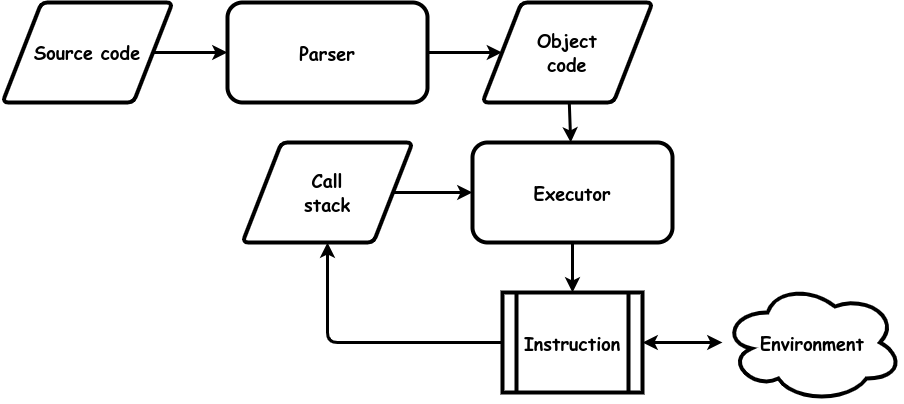
The draw.io diagram images/interpreter.drawio.png in garfix/architectural-patterns, before a commit. Source tidied: cells renumbered, new cells last; positions are measured from the earlier drawing's top-left corner, leaving out a move shared by most shapes.
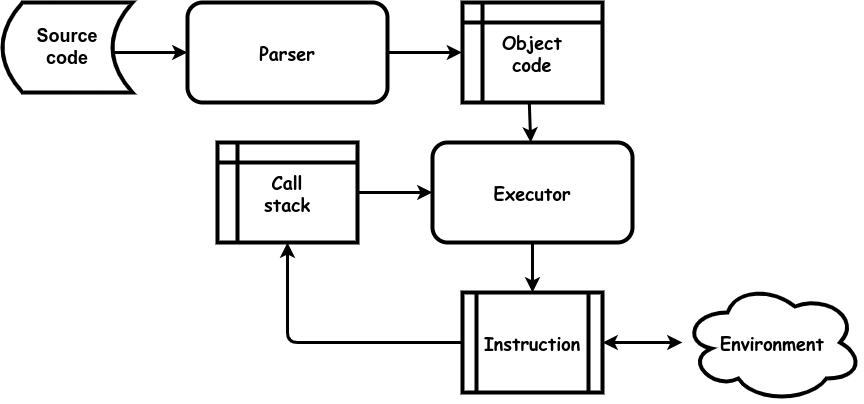
After the commit.

The edit, as a diff of the source:
```diff
@@ -2,26 +2,25 @@
   <root>
     <mxCell id="0" />
     <mxCell id="1" parent="0" />
-    <mxCell id="2" value="&lt;font face=&quot;Comic Sans MS&quot; style=&quot;font-size: 18px;&quot;&gt;Call&lt;br&gt;stack&lt;br&gt;&lt;/font&gt;" style="shape=parallelogram;html=1;strokeWidth=4;perimeter=parallelogramPerimeter;whiteSpace=wrap;rounded=1;arcSize=12;size=0.23;fontStyle=1;fontSize=18;" parent="1" vertex="1">
-      <mxGeometry x="240" y="140" width="170" height="100" as="geometry" />
-    </mxCell>
     <mxCell id="3" value="&lt;b style=&quot;font-size: 18px;&quot;&gt;Executor&lt;br&gt;&lt;/b&gt;" style="rounded=1;whiteSpace=wrap;html=1;strokeWidth=4;fontFamily=Comic Sans MS;fontSize=18;" parent="1" vertex="1">
       <mxGeometry x="470" y="140" width="200" height="100" as="geometry" />
     </mxCell>
-    <mxCell id="4" style="endArrow=none;startArrow=classic;html=1;rounded=0;strokeWidth=3;endFill=0;" parent="1" edge="1" source="11" target="6">
-      <mxGeometry relative="1" as="geometry" />
+    <mxCell id="4" style="endArrow=none;startArrow=classic;html=1;rounded=0;strokeWidth=3;endFill=0;" parent="1" edge="1" source="11">
+      <mxGeometry relative="1" as="geometry">
+        <mxPoint x="150.5" y="50" as="targetPoint" />
+      </mxGeometry>
     </mxCell>
-    <mxCell id="5" style="endArrow=none;startArrow=classic;html=1;rounded=0;strokeWidth=3;endFill=0;" parent="1" edge="1" source="3" target="2">
-      <mxGeometry relative="1" as="geometry" />
+    <mxCell id="5" style="endArrow=none;startArrow=classic;html=1;rounded=0;strokeWidth=3;endFill=0;" parent="1" edge="1" source="3">
+      <mxGeometry relative="1" as="geometry">
+        <mxPoint x="390.5" y="190" as="targetPoint" />
+      </mxGeometry>
     </mxCell>
-    <mxCell id="6" value="&lt;font face=&quot;Comic Sans MS&quot; style=&quot;font-size: 18px;&quot;&gt;Source code&lt;br&gt;&lt;/font&gt;" style="shape=parallelogram;html=1;strokeWidth=4;perimeter=parallelogramPerimeter;whiteSpace=wrap;rounded=1;arcSize=12;size=0.23;fontStyle=1;fontSize=18;" parent="1" vertex="1">
-      <mxGeometry width="170" height="100" as="geometry" />
-    </mxCell>
     <mxCell id="7" value="Instruction" style="shape=process;whiteSpace=wrap;html=1;backgroundOutline=1;strokeWidth=4;fontSize=18;fontStyle=1;fontFamily=Comic Sans MS;" parent="1" vertex="1">
       <mxGeometry x="500" y="290" width="140" height="100" as="geometry" />
     </mxCell>
-    <mxCell id="8" style="endArrow=none;startArrow=classic;html=1;rounded=1;strokeWidth=3;endFill=0;" parent="1" edge="1" source="2" target="7">
+    <mxCell id="8" style="endArrow=none;startArrow=classic;html=1;rounded=1;strokeWidth=3;endFill=0;" parent="1" edge="1" target="7">
       <mxGeometry relative="1" as="geometry">
+        <mxPoint x="325" y="240" as="sourcePoint" />
         <Array as="points">
           <mxPoint x="325" y="340" />
         </Array>
@@ -30,17 +29,18 @@
     <mxCell id="9" style="endArrow=none;startArrow=classic;html=1;rounded=0;strokeWidth=3;endFill=0;" parent="1" edge="1" source="7" target="3">
       <mxGeometry relative="1" as="geometry" />
     </mxCell>
-    <mxCell id="10" value="&lt;font face=&quot;Comic Sans MS&quot; style=&quot;font-size: 18px;&quot;&gt;Object&lt;br&gt;code&lt;br&gt;&lt;/font&gt;" style="shape=parallelogram;html=1;strokeWidth=4;perimeter=parallelogramPerimeter;whiteSpace=wrap;rounded=1;arcSize=12;size=0.23;fontStyle=1;fontSize=18;" parent="1" vertex="1">
-      <mxGeometry x="480" width="170" height="100" as="geometry" />
-    </mxCell>
     <mxCell id="11" value="&lt;b style=&quot;font-size: 18px;&quot;&gt;Parser&lt;br&gt;&lt;/b&gt;" style="rounded=1;whiteSpace=wrap;html=1;strokeWidth=4;fontFamily=Comic Sans MS;fontSize=18;" parent="1" vertex="1">
       <mxGeometry x="225" width="200" height="100" as="geometry" />
     </mxCell>
-    <mxCell id="12" style="endArrow=none;startArrow=classic;html=1;rounded=0;strokeWidth=3;endFill=0;" parent="1" edge="1" source="10" target="11">
-      <mxGeometry relative="1" as="geometry" />
+    <mxCell id="12" style="endArrow=none;startArrow=classic;html=1;rounded=0;strokeWidth=3;endFill=0;" parent="1" edge="1" target="11">
+      <mxGeometry relative="1" as="geometry">
+        <mxPoint x="499.5" y="50" as="sourcePoint" />
+      </mxGeometry>
     </mxCell>
-    <mxCell id="13" style="endArrow=none;startArrow=classic;html=1;rounded=0;strokeWidth=3;endFill=0;" parent="1" edge="1" source="3" target="10">
-      <mxGeometry relative="1" as="geometry" />
+    <mxCell id="13" style="endArrow=none;startArrow=classic;html=1;rounded=0;strokeWidth=3;endFill=0;" parent="1" edge="1" source="3">
+      <mxGeometry relative="1" as="geometry">
+        <mxPoint x="566.8" y="100" as="targetPoint" />
+      </mxGeometry>
     </mxCell>
     <mxCell id="14" value="Environment" style="ellipse;shape=cloud;whiteSpace=wrap;html=1;fontSize=18;fontStyle=1;fontFamily=Comic Sans MS;strokeWidth=4;" parent="1" vertex="1">
       <mxGeometry x="720" y="280" width="180" height="120" as="geometry" />
@@ -48,5 +48,14 @@
     <mxCell id="15" style="endArrow=classic;startArrow=classic;html=1;rounded=0;strokeWidth=3;endFill=1;" parent="1" edge="1" source="14" target="7">
       <mxGeometry relative="1" as="geometry" />
     </mxCell>
+    <mxCell id="6" value="&lt;span style=&quot;font-size: 18px;&quot;&gt;&lt;b&gt;Source&lt;br&gt;code&lt;/b&gt;&lt;/span&gt;" style="shape=dataStorage;whiteSpace=wrap;html=1;fixedSize=1;strokeWidth=4;" parent="1" vertex="1">
+      <mxGeometry x="40" width="130" height="90" as="geometry" />
+    </mxCell>
+    <mxCell id="10" value="Object&lt;br&gt;code" style="shape=internalStorage;whiteSpace=wrap;html=1;backgroundOutline=1;strokeWidth=4;fontSize=18;fontFamily=Comic Sans MS;fontStyle=1;" parent="1" vertex="1">
+      <mxGeometry x="500" width="140" height="100" as="geometry" />
+    </mxCell>
+    <mxCell id="2" value="Call&lt;br&gt;stack" style="shape=internalStorage;whiteSpace=wrap;html=1;backgroundOutline=1;strokeWidth=4;fontSize=18;fontFamily=Comic Sans MS;fontStyle=1;" parent="1" vertex="1">
+      <mxGeometry x="255" y="140" width="140" height="100" as="geometry" />
+    </mxCell>
   </root>
 </mxGraphModel>
```
